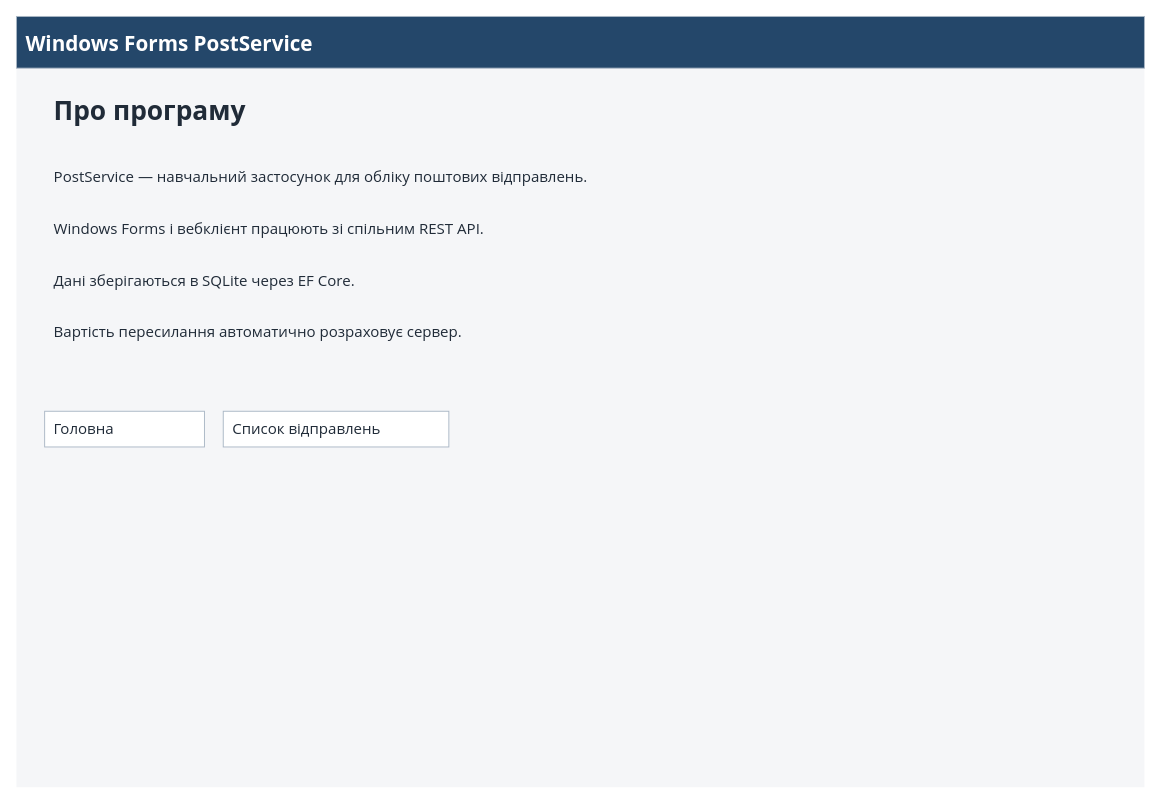
Before: page "win-about" (6 of 16) of Компоненти програмної інженерії/ПР-44 Макети/PostService.drawio in On1-kode/posta3.0-ta-inshi-practichni, a draw.io diagram. Source tidied: cells renumbered, new cells numbered last; positions are measured from the earlier drawing's top-left corner, leaving out a move shared by most shapes. Both pictures are drawn from the tidied source at 94%, with x=0, y=0 at pixel (16, 16).
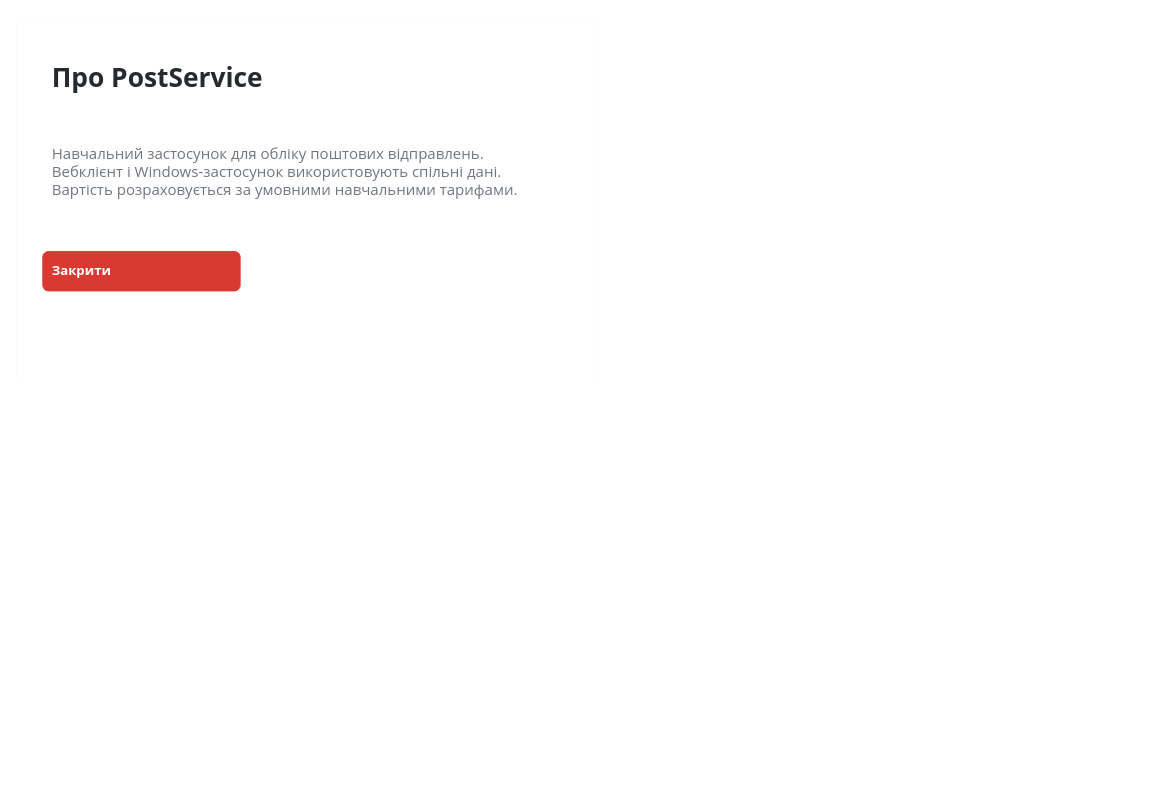
The same diagram, later.

Diff of the diagram source:
```diff
@@
 <mxGraphModel>
   <root>
     <mxCell id="0" />
     <mxCell id="1" parent="0" />
-    <mxCell id="2" style="rounded=0;whiteSpace=wrap;html=0;fillColor=#f5f6f8;strokeColor=none;fontFamily=Segoe UI;fontSize=16;fontColor=#202b38;fontStyle=0;align=left;verticalAlign=middle;spacing=10;" parent="1" vertex="1">
-      <mxGeometry width="1200" height="820" as="geometry" />
+    <mxCell id="2" style="rounded=1;absoluteArcSize=1;arcSize=12;whiteSpace=wrap;html=0;fillColor=#f5f5f6;strokeColor=none;fontFamily=Segoe UI;fontSize=15;fontColor=#252a31;fontStyle=0;align=left;verticalAlign=middle;spacing=10;" parent="1" vertex="1">
+      <mxGeometry width="620" height="390" as="geometry" />
     </mxCell>
-    <mxCell id="3" value="Windows Forms   PostService" style="rounded=0;whiteSpace=wrap;html=0;fillColor=#24476a;strokeColor=#aab7c5;fontFamily=Segoe UI;fontSize=22;fontColor=#ffffff;fontStyle=1;align=left;verticalAlign=middle;spacing=10;" parent="1" vertex="1">
-      <mxGeometry width="1200" height="55" as="geometry" />
+    <mxCell id="3" style="rounded=1;absoluteArcSize=1;arcSize=12;whiteSpace=wrap;html=0;fillColor=#ffffff;strokeColor=none;fontFamily=Segoe UI;fontSize=15;fontColor=#252a31;fontStyle=0;align=left;verticalAlign=middle;spacing=10;" parent="1" vertex="1">
+      <mxGeometry width="620" height="390" as="geometry" />
     </mxCell>
-    <mxCell id="4" value="Про програму" style="rounded=0;whiteSpace=wrap;html=0;fillColor=none;strokeColor=none;fontFamily=Segoe UI;fontSize=28;fontColor=#202b38;fontStyle=1;align=left;verticalAlign=middle;spacing=10;" parent="1" vertex="1">
-      <mxGeometry x="30" y="75" width="1050" height="50" as="geometry" />
+    <mxCell id="4" value="Про PostService" style="rounded=1;absoluteArcSize=1;arcSize=12;whiteSpace=wrap;html=0;fillColor=none;strokeColor=none;fontFamily=Segoe UI;fontSize=28;fontColor=#252a31;fontStyle=1;align=left;verticalAlign=middle;spacing=10;" parent="1" vertex="1">
+      <mxGeometry x="28" y="40" width="560" height="50" as="geometry" />
     </mxCell>
-    <mxCell id="5" value="PostService — навчальний застосунок для обліку поштових відправлень." style="rounded=0;whiteSpace=wrap;html=0;fillColor=none;strokeColor=none;fontFamily=Segoe UI;fontSize=16;fontColor=#202b38;fontStyle=0;align=left;verticalAlign=middle;spacing=10;" parent="1" vertex="1">
-      <mxGeometry x="30" y="155" width="1100" height="32" as="geometry" />
+    <mxCell id="5" value="Навчальний застосунок для обліку поштових відправлень. Вебклієнт і Windows-застосунок використовують спільні дані. Вартість розраховується за умовними навчальними тарифами." style="rounded=1;absoluteArcSize=1;arcSize=12;whiteSpace=wrap;html=0;fillColor=none;strokeColor=none;fontFamily=Segoe UI;fontSize=16;fontColor=#707780;fontStyle=0;align=left;verticalAlign=middle;spacing=10;" parent="1" vertex="1">
+      <mxGeometry x="28" y="110" width="550" height="110" as="geometry" />
     </mxCell>
-    <mxCell id="6" value="Windows Forms і вебклієнт працюють зі спільним REST API." style="rounded=0;whiteSpace=wrap;html=0;fillColor=none;strokeColor=none;fontFamily=Segoe UI;fontSize=16;fontColor=#202b38;fontStyle=0;align=left;verticalAlign=middle;spacing=10;" parent="1" vertex="1">
-      <mxGeometry x="30" y="210" width="1100" height="32" as="geometry" />
+    <mxCell id="6" value="Закрити" style="rounded=1;absoluteArcSize=1;arcSize=12;whiteSpace=wrap;html=0;fillColor=#d83a32;strokeColor=#d83a32;fontFamily=Segoe UI;fontSize=14;fontColor=#ffffff;fontStyle=1;align=left;verticalAlign=middle;spacing=10;" parent="1" vertex="1">
+      <mxGeometry x="28" y="250" width="210" height="42" as="geometry" />
     </mxCell>
-    <mxCell id="7" value="Дані зберігаються в SQLite через EF Core." style="rounded=0;whiteSpace=wrap;html=0;fillColor=none;strokeColor=none;fontFamily=Segoe UI;fontSize=16;fontColor=#202b38;fontStyle=0;align=left;verticalAlign=middle;spacing=10;" parent="1" vertex="1">
-      <mxGeometry x="30" y="265" width="1100" height="32" as="geometry" />
-    </mxCell>
-    <mxCell id="8" value="Вартість пересилання автоматично розраховує сервер." style="rounded=0;whiteSpace=wrap;html=0;fillColor=none;strokeColor=none;fontFamily=Segoe UI;fontSize=16;fontColor=#202b38;fontStyle=0;align=left;verticalAlign=middle;spacing=10;" parent="1" vertex="1">
-      <mxGeometry x="30" y="320" width="1100" height="32" as="geometry" />
-    </mxCell>
-    <mxCell id="9" value="Головна" style="rounded=0;whiteSpace=wrap;html=0;fillColor=#ffffff;strokeColor=#aab7c5;fontFamily=Segoe UI;fontSize=16;fontColor=#202b38;fontStyle=0;align=left;verticalAlign=middle;spacing=10;" parent="1" vertex="1">
-      <mxGeometry x="30" y="420" width="170" height="38" as="geometry" />
-    </mxCell>
-    <mxCell id="10" value="Список відправлень" style="rounded=0;whiteSpace=wrap;html=0;fillColor=#ffffff;strokeColor=#aab7c5;fontFamily=Segoe UI;fontSize=16;fontColor=#202b38;fontStyle=0;align=left;verticalAlign=middle;spacing=10;" parent="1" vertex="1">
-      <mxGeometry x="220" y="420" width="240" height="38" as="geometry" />
-    </mxCell>
   </root>
 </mxGraphModel>
```
